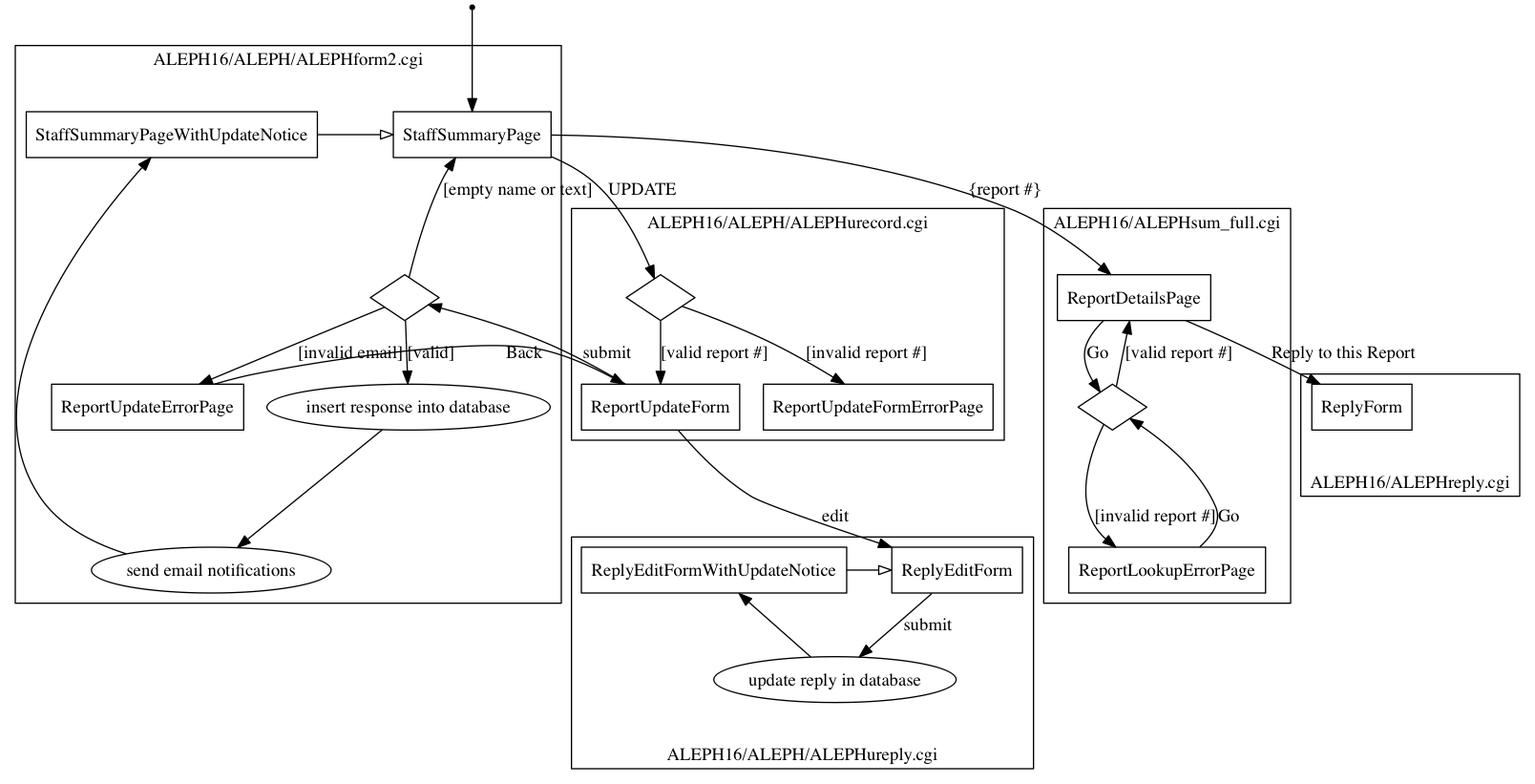
umd-lib/alephrx keeps this Graphviz diagram as docs/staffresponse.png. Above is the earlier version. Its source is kept beside it as docs/staffresponse.dot. Source of this version:
```dot

digraph {
    node [
        shape = rect
    ]
    StaffSummaryPage
    StaffSummaryPageWithUpdateNotice -> StaffSummaryPage [ arrowhead = empty ]
    ReportUpdateErrorPage
    ReportUpdateForm
    ReportUpdateFormErrorPage
    ReplyEditForm
    ReplyEditFormWithUpdateNotice -> ReplyEditForm [ arrowhead = empty ]
    ReplyForm
    ReportDetailsPage
    ReportLookupErrorPage

    node [
        shape = ellipse
    ]
    insert_response [ label = "insert response into database" ]
    send_email [ label = "send email notifications" ]
    update_reply [ label = "update reply in database" ]

    node [
        shape = diamond
        label = ""
    ]
    validate_response
    validate_report_number
    validate_report_number_urecord

    start [ shape = point ]
    start -> StaffSummaryPage

    StaffSummaryPage -> validate_report_number_urecord [ label = "UPDATE" ]
    validate_report_number_urecord -> ReportUpdateForm
        [ label = "[valid report #]" ]
    validate_report_number_urecord -> ReportUpdateFormErrorPage
        [ label = "[invalid report #]" ]
    ReportUpdateForm -> validate_response [ label = "submit" ]
    validate_response -> insert_response [ label = "[valid]" ]
    validate_response -> ReportUpdateErrorPage [ label = "[invalid email]" ]
    ReportUpdateErrorPage -> ReportUpdateForm [ label = "Back" ]
    validate_response -> StaffSummaryPage [ label = "[empty name or text]" ]
    insert_response -> send_email
    send_email -> StaffSummaryPageWithUpdateNotice

    StaffSummaryPage -> ReportDetailsPage [ label = "{report #}" ]
    ReportDetailsPage -> validate_report_number [ label = "Go" ]
    validate_report_number -> ReportLookupErrorPage [ label = "[invalid report #]" ]
    ReportLookupErrorPage -> validate_report_number [ label = "Go" ]
    validate_report_number -> ReportDetailsPage [ label = "[valid report #]" ]
    ReportDetailsPage -> ReplyForm [ label = "Reply to this Report" ]

    ReportUpdateForm -> ReplyEditForm [ label = "edit" ]
    ReplyEditForm -> update_reply [ label = "submit" ]
    update_reply -> ReplyEditFormWithUpdateNotice

    subgraph cluster_0 {
        label = "ALEPH16/ALEPH/ALEPHform2.cgi"
        { rank = min; StaffSummaryPage StaffSummaryPageWithUpdateNotice }
        ReportUpdateErrorPage
        validate_response
        insert_response
        send_email
    }
    subgraph cluster_1 {
        label = "ALEPH16/ALEPH/ALEPHurecord.cgi"
        ReportUpdateForm
        ReportUpdateFormErrorPage
        validate_report_number_urecord
    }
    subgraph cluster_2 {
        label = "ALEPH16/ALEPH/ALEPHureply.cgi"
        labelloc = b
        { rank = min; ReplyEditForm ReplyEditFormWithUpdateNotice }
        update_reply
    }
    subgraph cluster_3 {
        label = "ALEPH16/ALEPHsum_full.cgi"
        ReportDetailsPage
        validate_report_number
        ReportLookupErrorPage
    }
    subgraph cluster_4 {
        label = "ALEPH16/ALEPHreply.cgi"
        labelloc = b
        ReplyForm
    }
}
```
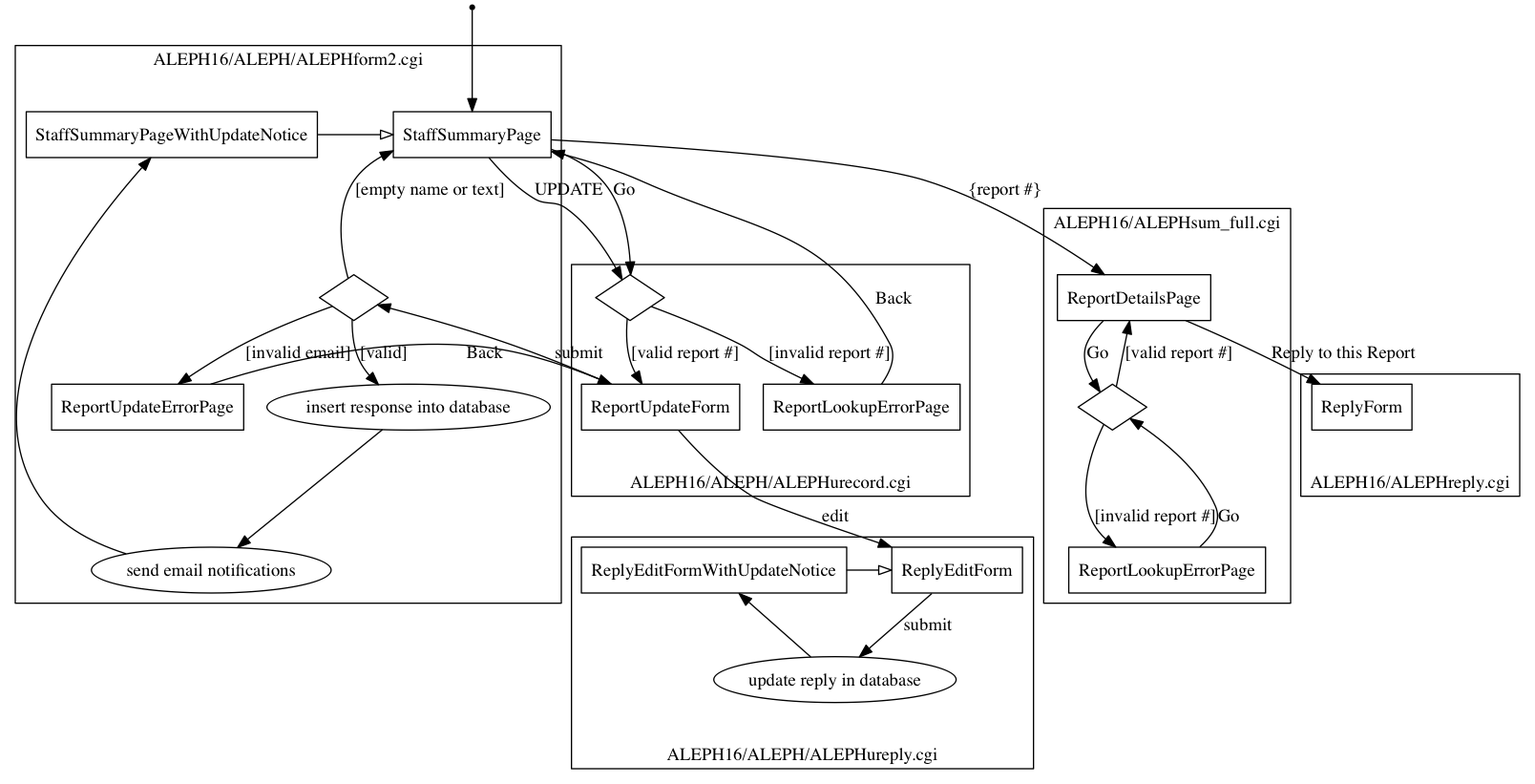
After the commit.

Commit message:
LIBILS-30: Updated the ALEPHurecord.cgi report lookup error interactions.

What changed in the source:
```diff
@@ -7,7 +7,7 @@
     StaffSummaryPageWithUpdateNotice -> StaffSummaryPage [ arrowhead = empty ]
     ReportUpdateErrorPage
     ReportUpdateForm
-    ReportUpdateFormErrorPage
+    ReportLookupErrorPage_urecord [ label = "ReportLookupErrorPage" ]
     ReplyEditForm
     ReplyEditFormWithUpdateNotice -> ReplyEditForm [ arrowhead = empty ]
     ReplyForm
@@ -33,10 +33,12 @@
     start -> StaffSummaryPage
 
     StaffSummaryPage -> validate_report_number_urecord [ label = "UPDATE" ]
+    StaffSummaryPage -> validate_report_number_urecord [ label = "Go" ]
     validate_report_number_urecord -> ReportUpdateForm
         [ label = "[valid report #]" ]
-    validate_report_number_urecord -> ReportUpdateFormErrorPage
+    validate_report_number_urecord -> ReportLookupErrorPage_urecord
         [ label = "[invalid report #]" ]
+    ReportLookupErrorPage_urecord -> StaffSummaryPage [ label = "Back" ]
     ReportUpdateForm -> validate_response [ label = "submit" ]
     validate_response -> insert_response [ label = "[valid]" ]
     validate_response -> ReportUpdateErrorPage [ label = "[invalid email]" ]
@@ -66,8 +68,9 @@
     }
     subgraph cluster_1 {
         label = "ALEPH16/ALEPH/ALEPHurecord.cgi"
+        labelloc = b
         ReportUpdateForm
-        ReportUpdateFormErrorPage
+        ReportLookupErrorPage_urecord
         validate_report_number_urecord
     }
     subgraph cluster_2 {
```
